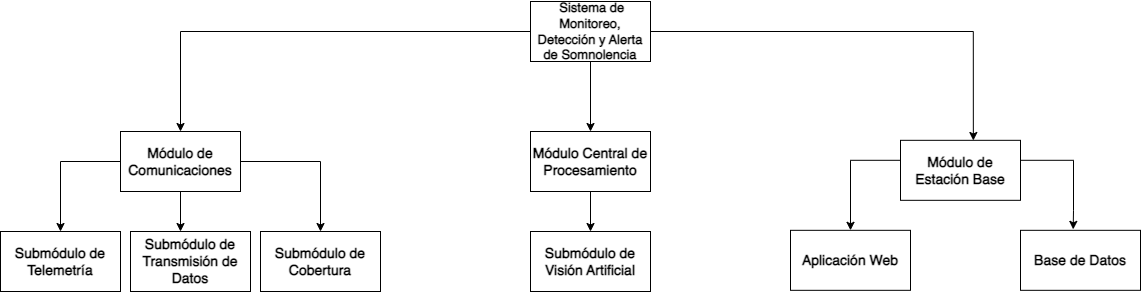
Above: imagenes/topdowngeneral.png in alangamboa97/TT (draw.io), before the change. Source tidied: cells renumbered, new cells last; positions are measured from the earlier drawing's top-left corner, leaving out a move shared by most shapes. The source it was exported from:
```xml
<mxGraphModel>
  <root>
    <mxCell id="0" />
    <mxCell id="1" parent="0" />
    <mxCell id="2" style="edgeStyle=orthogonalEdgeStyle;rounded=0;jettySize=auto;html=1;fontSize=14;" parent="1" edge="1" source="5" target="7">
      <mxGeometry relative="1" as="geometry" />
    </mxCell>
    <mxCell id="3" style="edgeStyle=orthogonalEdgeStyle;rounded=0;jettySize=auto;html=1;entryX=0.607;entryY=0.003;entryDx=0;entryDy=0;entryPerimeter=0;fontSize=14;" parent="1" edge="1" source="5" target="14">
      <mxGeometry relative="1" as="geometry" />
    </mxCell>
    <mxCell id="4" style="edgeStyle=orthogonalEdgeStyle;rounded=0;jettySize=auto;html=1;entryX=0.5;entryY=0;entryDx=0;entryDy=0;fontSize=14;" parent="1" edge="1" source="5" target="11">
      <mxGeometry relative="1" as="geometry" />
    </mxCell>
    <mxCell id="5" value="&lt;b style=&quot;font-size: 13px;&quot;&gt;&amp;nbsp;Sistema de Monitoreo, Detección y Alerta de Somnolencia&lt;/b&gt;" style="rounded=0;whiteSpace=wrap;html=1;fontSize=13;" parent="1" vertex="1">
      <mxGeometry x="530" width="120" height="60" as="geometry" />
    </mxCell>
    <mxCell id="6" style="edgeStyle=orthogonalEdgeStyle;rounded=0;jettySize=auto;html=1;entryX=0.5;entryY=0;entryDx=0;entryDy=0;" parent="1" edge="1" source="7" target="21">
      <mxGeometry relative="1" as="geometry" />
    </mxCell>
    <mxCell id="7" value="&lt;b style=&quot;font-size: 14px;&quot;&gt;Módulo Central de Procesamiento&lt;/b&gt;" style="rounded=0;whiteSpace=wrap;html=1;fontSize=14;" parent="1" vertex="1">
      <mxGeometry x="530" y="130" width="120" height="60" as="geometry" />
    </mxCell>
    <mxCell id="8" style="edgeStyle=orthogonalEdgeStyle;rounded=0;jettySize=auto;html=1;entryX=0.5;entryY=0;entryDx=0;entryDy=0;fontSize=14;" parent="1" edge="1" source="11" target="17">
      <mxGeometry relative="1" as="geometry" />
    </mxCell>
    <mxCell id="9" style="edgeStyle=orthogonalEdgeStyle;rounded=0;jettySize=auto;html=1;fontSize=14;" parent="1" edge="1" source="11">
      <mxGeometry relative="1" as="geometry">
        <mxPoint x="180" y="230" as="targetPoint" />
      </mxGeometry>
    </mxCell>
    <mxCell id="10" style="edgeStyle=orthogonalEdgeStyle;rounded=0;jettySize=auto;html=1;fontSize=14;" parent="1" edge="1" source="11" target="15">
      <mxGeometry relative="1" as="geometry">
        <Array as="points">
          <mxPoint x="60" y="160" />
        </Array>
      </mxGeometry>
    </mxCell>
    <mxCell id="11" value="&lt;b style=&quot;font-size: 14px;&quot;&gt;Módulo de Comunicaciones&lt;/b&gt;" style="rounded=0;whiteSpace=wrap;html=1;fontSize=14;" parent="1" vertex="1">
      <mxGeometry x="120" y="130" width="120" height="60" as="geometry" />
    </mxCell>
    <mxCell id="12" style="edgeStyle=orthogonalEdgeStyle;rounded=0;jettySize=auto;html=1;entryX=0.5;entryY=0;entryDx=0;entryDy=0;fontSize=14;" parent="1" edge="1" source="14" target="18">
      <mxGeometry relative="1" as="geometry">
        <Array as="points">
          <mxPoint x="850" y="158.8" />
        </Array>
      </mxGeometry>
    </mxCell>
    <mxCell id="13" style="edgeStyle=orthogonalEdgeStyle;rounded=0;jettySize=auto;html=1;entryX=0.439;entryY=-0.016;entryDx=0;entryDy=0;entryPerimeter=0;fontSize=14;" parent="1" edge="1" source="14" target="19">
      <mxGeometry relative="1" as="geometry">
        <Array as="points">
          <mxPoint x="1073" y="158.8" />
          <mxPoint x="1073" y="208.8" />
        </Array>
      </mxGeometry>
    </mxCell>
    <mxCell id="14" value="&lt;b style=&quot;font-size: 14px;&quot;&gt;Módulo de Estación Base&lt;/b&gt;" style="rounded=0;whiteSpace=wrap;html=1;fontSize=14;" parent="1" vertex="1">
      <mxGeometry x="900" y="138.8" width="120" height="60" as="geometry" />
    </mxCell>
    <mxCell id="15" value="&lt;b style=&quot;font-size: 14px;&quot;&gt;Submódulo de Telemetría&lt;/b&gt;" style="rounded=0;whiteSpace=wrap;html=1;fontSize=14;" parent="1" vertex="1">
      <mxGeometry y="230" width="120" height="60" as="geometry" />
    </mxCell>
    <mxCell id="16" value="&lt;b style=&quot;font-size: 14px;&quot;&gt;Submódulo de Transmisión de Datos&lt;/b&gt;" style="rounded=0;whiteSpace=wrap;html=1;fontSize=14;" parent="1" vertex="1">
      <mxGeometry x="130" y="230" width="120" height="60" as="geometry" />
    </mxCell>
    <mxCell id="17" value="&lt;b style=&quot;font-size: 14px;&quot;&gt;Submódulo de Cobertura&lt;/b&gt;" style="rounded=0;whiteSpace=wrap;html=1;fontSize=14;" parent="1" vertex="1">
      <mxGeometry x="260" y="230" width="120" height="60" as="geometry" />
    </mxCell>
    <mxCell id="18" value="&lt;b style=&quot;font-size: 14px;&quot;&gt;Aplicación Web&lt;/b&gt;" style="rounded=0;whiteSpace=wrap;html=1;fontSize=14;" parent="1" vertex="1">
      <mxGeometry x="790" y="228.8" width="120" height="60" as="geometry" />
    </mxCell>
    <mxCell id="19" value="&lt;b style=&quot;font-size: 14px;&quot;&gt;Base de Datos&lt;/b&gt;" style="rounded=0;whiteSpace=wrap;html=1;fontSize=14;" parent="1" vertex="1">
      <mxGeometry x="1020" y="228.8" width="120" height="60" as="geometry" />
    </mxCell>
    <mxCell id="20" style="edgeStyle=orthogonalEdgeStyle;rounded=0;orthogonalLoop=1;jettySize=auto;html=1;exitX=0.5;exitY=1;exitDx=0;exitDy=0;fontSize=14;" parent="1" edge="1" source="18" target="18">
      <mxGeometry relative="1" as="geometry" />
    </mxCell>
    <mxCell id="21" value="&lt;b&gt;Submódulo de Visión Artificial&lt;/b&gt;" style="rounded=0;whiteSpace=wrap;html=1;fontSize=14;" parent="1" vertex="1">
      <mxGeometry x="530" y="230" width="120" height="60" as="geometry" />
    </mxCell>
  </root>
</mxGraphModel>
```
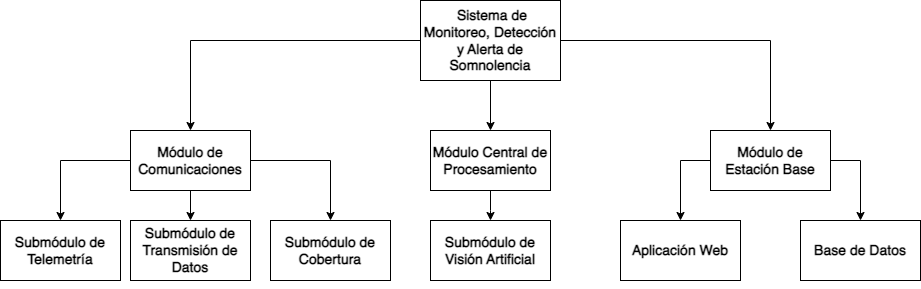
The same diagram one commit later.

Diff of the diagram source:
```diff
@@ -2,80 +2,82 @@
   <root>
     <mxCell id="0" />
     <mxCell id="1" parent="0" />
-    <mxCell id="2" style="edgeStyle=orthogonalEdgeStyle;rounded=0;jettySize=auto;html=1;fontSize=14;" parent="1" edge="1" source="5" target="7">
+    <mxCell id="2" style="edgeStyle=orthogonalEdgeStyle;rounded=0;jettySize=auto;html=1;" parent="1" edge="1" source="5" target="7">
       <mxGeometry relative="1" as="geometry" />
     </mxCell>
-    <mxCell id="3" style="edgeStyle=orthogonalEdgeStyle;rounded=0;jettySize=auto;html=1;entryX=0.607;entryY=0.003;entryDx=0;entryDy=0;entryPerimeter=0;fontSize=14;" parent="1" edge="1" source="5" target="14">
-      <mxGeometry relative="1" as="geometry" />
+    <mxCell id="3" style="edgeStyle=orthogonalEdgeStyle;rounded=0;jettySize=auto;html=1;entryX=0.5;entryY=0;entryDx=0;entryDy=0;" parent="1" edge="1" source="5" target="14">
+      <mxGeometry relative="1" as="geometry">
+        <Array as="points">
+          <mxPoint x="870" y="40" />
+        </Array>
+      </mxGeometry>
     </mxCell>
-    <mxCell id="4" style="edgeStyle=orthogonalEdgeStyle;rounded=0;jettySize=auto;html=1;entryX=0.5;entryY=0;entryDx=0;entryDy=0;fontSize=14;" parent="1" edge="1" source="5" target="11">
+    <mxCell id="4" style="edgeStyle=orthogonalEdgeStyle;rounded=0;jettySize=auto;html=1;entryX=0.5;entryY=0;entryDx=0;entryDy=0;" parent="1" edge="1" source="5" target="11">
       <mxGeometry relative="1" as="geometry" />
     </mxCell>
-    <mxCell id="5" value="&lt;b style=&quot;font-size: 13px;&quot;&gt;&amp;nbsp;Sistema de Monitoreo, Detección y Alerta de Somnolencia&lt;/b&gt;" style="rounded=0;whiteSpace=wrap;html=1;fontSize=13;" parent="1" vertex="1">
-      <mxGeometry x="530" width="120" height="60" as="geometry" />
+    <mxCell id="5" value="&lt;b&gt;&lt;font style=&quot;font-size: 14px;&quot;&gt;&amp;nbsp;Sistema de Monitoreo, Detección y Alerta de Somnolencia&lt;/font&gt;&lt;/b&gt;" style="rounded=0;whiteSpace=wrap;html=1;" parent="1" vertex="1">
+      <mxGeometry x="520" width="140" height="80" as="geometry" />
     </mxCell>
     <mxCell id="6" style="edgeStyle=orthogonalEdgeStyle;rounded=0;jettySize=auto;html=1;entryX=0.5;entryY=0;entryDx=0;entryDy=0;" parent="1" edge="1" source="7" target="21">
-      <mxGeometry relative="1" as="geometry" />
+      <mxGeometry relative="1" as="geometry">
+        <Array as="points">
+          <mxPoint x="590" y="210" />
+          <mxPoint x="590" y="210" />
+        </Array>
+      </mxGeometry>
     </mxCell>
-    <mxCell id="7" value="&lt;b style=&quot;font-size: 14px;&quot;&gt;Módulo Central de Procesamiento&lt;/b&gt;" style="rounded=0;whiteSpace=wrap;html=1;fontSize=14;" parent="1" vertex="1">
+    <mxCell id="7" value="&lt;b&gt;&lt;font style=&quot;font-size: 14px;&quot;&gt;Módulo Central de Procesamiento&lt;/font&gt;&lt;/b&gt;" style="rounded=0;whiteSpace=wrap;html=1;" parent="1" vertex="1">
       <mxGeometry x="530" y="130" width="120" height="60" as="geometry" />
     </mxCell>
+    <mxCell id="9" style="edgeStyle=orthogonalEdgeStyle;rounded=0;jettySize=auto;html=1;" parent="1" edge="1" source="11" target="16">
+      <mxGeometry relative="1" as="geometry" />
+    </mxCell>
     <mxCell id="8" style="edgeStyle=orthogonalEdgeStyle;rounded=0;jettySize=auto;html=1;entryX=0.5;entryY=0;entryDx=0;entryDy=0;fontSize=14;" parent="1" edge="1" source="11" target="17">
       <mxGeometry relative="1" as="geometry" />
     </mxCell>
-    <mxCell id="9" style="edgeStyle=orthogonalEdgeStyle;rounded=0;jettySize=auto;html=1;fontSize=14;" parent="1" edge="1" source="11">
-      <mxGeometry relative="1" as="geometry">
-        <mxPoint x="180" y="230" as="targetPoint" />
-      </mxGeometry>
-    </mxCell>
-    <mxCell id="10" style="edgeStyle=orthogonalEdgeStyle;rounded=0;jettySize=auto;html=1;fontSize=14;" parent="1" edge="1" source="11" target="15">
-      <mxGeometry relative="1" as="geometry">
-        <Array as="points">
-          <mxPoint x="60" y="160" />
-        </Array>
-      </mxGeometry>
+    <mxCell id="10" style="edgeStyle=orthogonalEdgeStyle;rounded=0;jettySize=auto;html=1;entryX=0.5;entryY=0;entryDx=0;entryDy=0;fontSize=14;" parent="1" edge="1" source="11" target="15">
+      <mxGeometry relative="1" as="geometry" />
     </mxCell>
-    <mxCell id="11" value="&lt;b style=&quot;font-size: 14px;&quot;&gt;Módulo de Comunicaciones&lt;/b&gt;" style="rounded=0;whiteSpace=wrap;html=1;fontSize=14;" parent="1" vertex="1">
-      <mxGeometry x="120" y="130" width="120" height="60" as="geometry" />
+    <mxCell id="11" value="&lt;b&gt;&lt;font style=&quot;font-size: 14px;&quot;&gt;Módulo de Comunicaciones&lt;/font&gt;&lt;/b&gt;" style="rounded=0;whiteSpace=wrap;html=1;" parent="1" vertex="1">
+      <mxGeometry x="230" y="130" width="120" height="60" as="geometry" />
     </mxCell>
+    <mxCell id="13" style="edgeStyle=orthogonalEdgeStyle;rounded=0;jettySize=auto;html=1;entryX=0.5;entryY=0;entryDx=0;entryDy=0;fontSize=14;" parent="1" edge="1" source="14" target="19">
+      <mxGeometry relative="1" as="geometry">
+        <Array as="points">
+          <mxPoint x="960" y="160" />
+        </Array>
+      </mxGeometry>
+    </mxCell>
     <mxCell id="12" style="edgeStyle=orthogonalEdgeStyle;rounded=0;jettySize=auto;html=1;entryX=0.5;entryY=0;entryDx=0;entryDy=0;fontSize=14;" parent="1" edge="1" source="14" target="18">
       <mxGeometry relative="1" as="geometry">
         <Array as="points">
-          <mxPoint x="850" y="158.8" />
+          <mxPoint x="780" y="160" />
         </Array>
       </mxGeometry>
     </mxCell>
-    <mxCell id="13" style="edgeStyle=orthogonalEdgeStyle;rounded=0;jettySize=auto;html=1;entryX=0.439;entryY=-0.016;entryDx=0;entryDy=0;entryPerimeter=0;fontSize=14;" parent="1" edge="1" source="14" target="19">
-      <mxGeometry relative="1" as="geometry">
-        <Array as="points">
-          <mxPoint x="1073" y="158.8" />
-          <mxPoint x="1073" y="208.8" />
-        </Array>
-      </mxGeometry>
-    </mxCell>
-    <mxCell id="14" value="&lt;b style=&quot;font-size: 14px;&quot;&gt;Módulo de Estación Base&lt;/b&gt;" style="rounded=0;whiteSpace=wrap;html=1;fontSize=14;" parent="1" vertex="1">
-      <mxGeometry x="900" y="138.8" width="120" height="60" as="geometry" />
+    <mxCell id="14" value="&lt;b&gt;&lt;font style=&quot;font-size: 14px;&quot;&gt;Módulo de Estación Base&lt;/font&gt;&lt;/b&gt;" style="rounded=0;whiteSpace=wrap;html=1;" parent="1" vertex="1">
+      <mxGeometry x="810" y="130" width="120" height="60" as="geometry" />
     </mxCell>
-    <mxCell id="15" value="&lt;b style=&quot;font-size: 14px;&quot;&gt;Submódulo de Telemetría&lt;/b&gt;" style="rounded=0;whiteSpace=wrap;html=1;fontSize=14;" parent="1" vertex="1">
-      <mxGeometry y="230" width="120" height="60" as="geometry" />
+    <mxCell id="15" value="&lt;b&gt;&lt;font style=&quot;font-size: 14px;&quot;&gt;Submódulo de Telemetría&lt;/font&gt;&lt;/b&gt;" style="rounded=0;whiteSpace=wrap;html=1;" parent="1" vertex="1">
+      <mxGeometry x="100" y="220" width="120" height="60" as="geometry" />
     </mxCell>
-    <mxCell id="16" value="&lt;b style=&quot;font-size: 14px;&quot;&gt;Submódulo de Transmisión de Datos&lt;/b&gt;" style="rounded=0;whiteSpace=wrap;html=1;fontSize=14;" parent="1" vertex="1">
-      <mxGeometry x="130" y="230" width="120" height="60" as="geometry" />
+    <mxCell id="16" value="&lt;b&gt;&lt;font style=&quot;font-size: 14px;&quot;&gt;Submódulo de Transmisión de Datos&lt;/font&gt;&lt;/b&gt;" style="rounded=0;whiteSpace=wrap;html=1;" parent="1" vertex="1">
+      <mxGeometry x="230" y="220" width="120" height="60" as="geometry" />
     </mxCell>
-    <mxCell id="17" value="&lt;b style=&quot;font-size: 14px;&quot;&gt;Submódulo de Cobertura&lt;/b&gt;" style="rounded=0;whiteSpace=wrap;html=1;fontSize=14;" parent="1" vertex="1">
-      <mxGeometry x="260" y="230" width="120" height="60" as="geometry" />
+    <mxCell id="17" value="&lt;b&gt;&lt;font style=&quot;font-size: 14px;&quot;&gt;Submódulo de Cobertura&lt;/font&gt;&lt;/b&gt;" style="rounded=0;whiteSpace=wrap;html=1;" parent="1" vertex="1">
+      <mxGeometry x="370" y="220" width="120" height="60" as="geometry" />
     </mxCell>
+    <mxCell id="21" value="&lt;b&gt;&lt;font style=&quot;font-size: 14px;&quot;&gt;Submódulo de Visión Artificial&lt;/font&gt;&lt;/b&gt;" style="rounded=0;whiteSpace=wrap;html=1;" parent="1" vertex="1">
+      <mxGeometry x="530" y="220" width="120" height="60" as="geometry" />
+    </mxCell>
-    <mxCell id="18" value="&lt;b style=&quot;font-size: 14px;&quot;&gt;Aplicación Web&lt;/b&gt;" style="rounded=0;whiteSpace=wrap;html=1;fontSize=14;" parent="1" vertex="1">
-      <mxGeometry x="790" y="228.8" width="120" height="60" as="geometry" />
+    <mxCell id="18" value="&lt;b&gt;&lt;font style=&quot;font-size: 14px;&quot;&gt;Aplicación Web&lt;/font&gt;&lt;/b&gt;" style="rounded=0;whiteSpace=wrap;html=1;" parent="1" vertex="1">
+      <mxGeometry x="720" y="220" width="120" height="60" as="geometry" />
     </mxCell>
-    <mxCell id="19" value="&lt;b style=&quot;font-size: 14px;&quot;&gt;Base de Datos&lt;/b&gt;" style="rounded=0;whiteSpace=wrap;html=1;fontSize=14;" parent="1" vertex="1">
-      <mxGeometry x="1020" y="228.8" width="120" height="60" as="geometry" />
+    <mxCell id="19" value="&lt;b&gt;&lt;font style=&quot;font-size: 14px;&quot;&gt;Base de Datos&lt;/font&gt;&lt;/b&gt;" style="rounded=0;whiteSpace=wrap;html=1;" parent="1" vertex="1">
+      <mxGeometry x="900" y="220" width="120" height="60" as="geometry" />
     </mxCell>
-    <mxCell id="20" style="edgeStyle=orthogonalEdgeStyle;rounded=0;orthogonalLoop=1;jettySize=auto;html=1;exitX=0.5;exitY=1;exitDx=0;exitDy=0;fontSize=14;" parent="1" edge="1" source="18" target="18">
+    <mxCell id="20" style="edgeStyle=orthogonalEdgeStyle;rounded=0;orthogonalLoop=1;jettySize=auto;html=1;exitX=0.5;exitY=1;exitDx=0;exitDy=0;" parent="1" edge="1" source="18" target="18">
       <mxGeometry relative="1" as="geometry" />
     </mxCell>
-    <mxCell id="21" value="&lt;b&gt;Submódulo de Visión Artificial&lt;/b&gt;" style="rounded=0;whiteSpace=wrap;html=1;fontSize=14;" parent="1" vertex="1">
-      <mxGeometry x="530" y="230" width="120" height="60" as="geometry" />
-    </mxCell>
   </root>
 </mxGraphModel>
```
